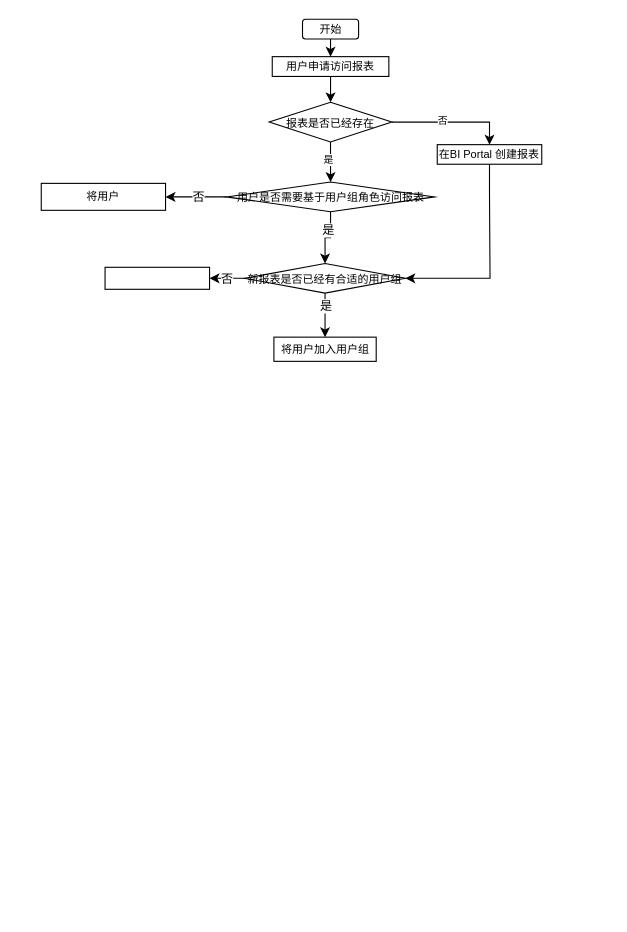
The draw.io diagram 未命名绘图.drawio in winky02/pics, before the edit. Source tidied: cells renumbered, new cells numbered last; positions are measured from the earlier drawing's top-left corner, leaving out a move shared by most shapes. Both pictures are drawn from the tidied source at 110%, with x=0, y=0 at pixel (41, 19).
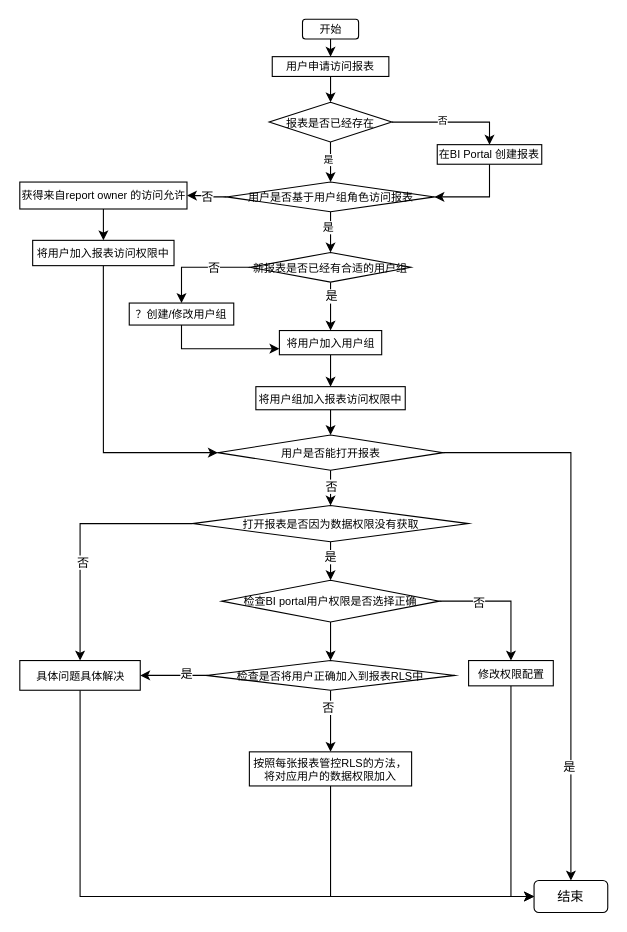
The same diagram, later.

Commit message:
更新未命名绘图.drawio

Unchanged cells that the change refers to:
```xml
<mxCell id="12" value="在BI Portal 创建报表" style="whiteSpace=wrap;html=1;fontSize=10;rounded=0;" parent="1" vertex="1">
  <mxGeometry x="360" y="114" width="95" height="17.8" as="geometry" />
</mxCell>
<mxCell id="20" style="edgeStyle=orthogonalEdgeStyle;rounded=0;jettySize=auto;html=1;exitX=0.5;exitY=1;exitDx=0;exitDy=0;" parent="1" edge="1" source="24" target="17">
  <mxGeometry relative="1" as="geometry" />
</mxCell>
```

The edit, as a diff of the source:
```diff
@@
-    <mxCell id="11" style="edgeStyle=orthogonalEdgeStyle;rounded=0;jettySize=auto;html=1;entryX=1;entryY=0.5;entryDx=0;entryDy=0;" parent="1" edge="1" source="12" target="17">
-      <mxGeometry relative="1" as="geometry">
-        <Array as="points">
-          <mxPoint x="408" y="160" />
-          <mxPoint x="408" y="213" />
-        </Array>
-      </mxGeometry>
-    </mxCell>
+    <mxCell id="26" style="edgeStyle=orthogonalEdgeStyle;rounded=0;jettySize=auto;html=1;exitX=0.5;exitY=1;exitDx=0;exitDy=0;entryX=1;entryY=0.5;entryDx=0;entryDy=0;" parent="1" edge="1" source="12" target="24">
+      <mxGeometry relative="1" as="geometry" />
+    </mxCell>
@@
     <mxCell id="17" value="新报表是否已经有合适的用户组" style="rhombus;whiteSpace=wrap;html=1;fontSize=10;rounded=0;" parent="1" vertex="1">
-      <mxGeometry x="185" y="222" width="146" height="27" as="geometry" />
+      <mxGeometry x="190" y="212" width="146" height="27" as="geometry" />
     </mxCell>
+    <mxCell id="27" style="edgeStyle=orthogonalEdgeStyle;rounded=0;jettySize=auto;html=1;" parent="1" edge="1" source="18" target="33">
+      <mxGeometry relative="1" as="geometry" />
+    </mxCell>
     <mxCell id="18" value="将用户加入用户组" style="whiteSpace=wrap;html=1;fontSize=10;rounded=0;" parent="1" vertex="1">
-      <mxGeometry x="211.5" y="289" width="93" height="22" as="geometry" />
+      <mxGeometry x="216.5" y="283" width="93" height="22" as="geometry" />
     </mxCell>
+    <mxCell id="28" style="edgeStyle=orthogonalEdgeStyle;rounded=0;jettySize=auto;html=1;exitX=0.5;exitY=1;exitDx=0;exitDy=0;entryX=0;entryY=0.75;entryDx=0;entryDy=0;" parent="1" edge="1" source="19" target="18">
+      <mxGeometry relative="1" as="geometry" />
+    </mxCell>
-    <mxCell id="19" style="whiteSpace=wrap;html=1;fontSize=10;rounded=0;" parent="1" vertex="1">
-      <mxGeometry x="58" y="225.5" width="95" height="20" as="geometry" />
+    <mxCell id="19" value="？创建/修改用户组" style="whiteSpace=wrap;html=1;fontSize=10;rounded=0;" parent="1" vertex="1">
+      <mxGeometry x="80" y="258" width="95" height="20" as="geometry" />
     </mxCell>
@@
-    <mxCell id="21" value="是" style="edgeLabel;html=1;align=center;verticalAlign=middle;" parent="20" vertex="1">
+    <mxCell id="21" value="是" style="edgeLabel;html=1;align=center;verticalAlign=middle;fontSize=10;" parent="20" vertex="1">
       <mxGeometry x="-0.38" y="-3" relative="1" as="geometry" />
     </mxCell>
@@
-    <mxCell id="24" value="用户是否需要基于用户组角色访问报表" style="rhombus;whiteSpace=wrap;html=1;fontSize=10;rounded=0;" parent="1" vertex="1">
+    <mxCell id="24" value="用户是否基于用户组角色访问报表" style="rhombus;whiteSpace=wrap;html=1;fontSize=10;rounded=0;" parent="1" vertex="1">
       <mxGeometry x="168.5" y="148" width="189" height="27" as="geometry" />
     </mxCell>
+    <mxCell id="29" style="edgeStyle=orthogonalEdgeStyle;rounded=0;jettySize=auto;html=1;" parent="1" edge="1" source="25" target="31">
+      <mxGeometry relative="1" as="geometry" />
+    </mxCell>
-    <mxCell id="25" value="将用户" style="whiteSpace=wrap;html=1;fontSize=10;rounded=0;" parent="1" vertex="1">
-      <mxGeometry y="149.2" width="113" height="24.5" as="geometry" />
+    <mxCell id="25" value="获得来自report owner 的访问允许" style="whiteSpace=wrap;html=1;fontSize=10;rounded=0;" parent="1" vertex="1">
+      <mxGeometry x="-19.5" y="148" width="152" height="24.5" as="geometry" />
     </mxCell>
+    <mxCell id="30" style="edgeStyle=orthogonalEdgeStyle;rounded=0;jettySize=auto;html=1;exitX=0.5;exitY=1;exitDx=0;exitDy=0;entryX=0;entryY=0.5;entryDx=0;entryDy=0;" parent="1" edge="1" source="31" target="38">
+      <mxGeometry relative="1" as="geometry" />
+    </mxCell>
+    <mxCell id="31" value="将用户加入报表访问权限中" style="whiteSpace=wrap;html=1;fontSize=10;rounded=0;" parent="1" vertex="1">
+      <mxGeometry x="-7.8" y="201" width="128.5" height="23" as="geometry" />
+    </mxCell>
+    <mxCell id="32" style="edgeStyle=orthogonalEdgeStyle;rounded=0;jettySize=auto;html=1;" parent="1" edge="1" source="33" target="38">
+      <mxGeometry relative="1" as="geometry" />
+    </mxCell>
+    <mxCell id="33" value="将用户组加入报表访问权限中" style="whiteSpace=wrap;html=1;fontSize=10;rounded=0;" parent="1" vertex="1">
+      <mxGeometry x="195.1" y="334" width="135.8" height="21" as="geometry" />
+    </mxCell>
+    <mxCell id="34" style="edgeStyle=orthogonalEdgeStyle;rounded=0;jettySize=auto;html=1;" parent="1" edge="1" source="38" target="44">
+      <mxGeometry relative="1" as="geometry" />
+    </mxCell>
+    <mxCell id="35" value="否" style="edgeLabel;html=1;align=center;verticalAlign=middle;" parent="34" vertex="1">
+      <mxGeometry x="-0.4" relative="1" as="geometry" />
+    </mxCell>
+    <mxCell id="36" style="edgeStyle=orthogonalEdgeStyle;rounded=0;jettySize=auto;html=1;exitX=1;exitY=0.5;exitDx=0;exitDy=0;entryX=0.5;entryY=0;entryDx=0;entryDy=0;" parent="1" edge="1" source="38" target="39">
+      <mxGeometry relative="1" as="geometry" />
+    </mxCell>
+    <mxCell id="37" value="是" style="edgeLabel;html=1;align=center;verticalAlign=middle;" parent="36" vertex="1">
+      <mxGeometry x="0.59" y="-2" relative="1" as="geometry" />
+    </mxCell>
+    <mxCell id="38" value="用户是否能打开报表" style="rhombus;whiteSpace=wrap;html=1;fontSize=10;rounded=0;" parent="1" vertex="1">
+      <mxGeometry x="160.5" y="378" width="205" height="32" as="geometry" />
+    </mxCell>
+    <mxCell id="39" value="结束" style="rounded=1;whiteSpace=wrap;html=1;" parent="1" vertex="1">
+      <mxGeometry x="448" y="783" width="67" height="29" as="geometry" />
+    </mxCell>
+    <mxCell id="40" style="edgeStyle=orthogonalEdgeStyle;rounded=0;jettySize=auto;html=1;entryX=0.5;entryY=0;entryDx=0;entryDy=0;" parent="1" edge="1" source="44" target="50">
+      <mxGeometry relative="1" as="geometry" />
+    </mxCell>
+    <mxCell id="41" value="是" style="edgeLabel;html=1;align=center;verticalAlign=middle;" parent="40" vertex="1">
+      <mxGeometry x="-0.42" y="-1" relative="1" as="geometry" />
+    </mxCell>
+    <mxCell id="42" style="edgeStyle=orthogonalEdgeStyle;rounded=0;jettySize=auto;html=1;" parent="1" edge="1" source="44" target="46">
+      <mxGeometry relative="1" as="geometry" />
+    </mxCell>
+    <mxCell id="43" value="否" style="edgeLabel;html=1;align=center;verticalAlign=middle;" parent="42" vertex="1">
+      <mxGeometry x="0.21" y="2" relative="1" as="geometry" />
+    </mxCell>
+    <mxCell id="44" value="打开报表是否因为数据权限没有获取" style="rhombus;whiteSpace=wrap;html=1;fontSize=10;rounded=0;" parent="1" vertex="1">
+      <mxGeometry x="137.5" y="442" width="251" height="33" as="geometry" />
+    </mxCell>
+    <mxCell id="45" style="edgeStyle=orthogonalEdgeStyle;rounded=0;jettySize=auto;html=1;entryX=0;entryY=0.5;entryDx=0;entryDy=0;" parent="1" edge="1" source="46" target="39">
+      <mxGeometry relative="1" as="geometry">
+        <Array as="points">
+          <mxPoint x="36" y="798" />
+        </Array>
+      </mxGeometry>
+    </mxCell>
+    <mxCell id="46" value="具体问题具体解决" style="whiteSpace=wrap;html=1;fontSize=10;rounded=0;" parent="1" vertex="1">
+      <mxGeometry x="-19.5" y="583" width="109.5" height="27" as="geometry" />
+    </mxCell>
+    <mxCell id="47" style="edgeStyle=orthogonalEdgeStyle;rounded=0;jettySize=auto;html=1;entryX=0.5;entryY=0;entryDx=0;entryDy=0;" parent="1" edge="1" source="50" target="52">
+      <mxGeometry relative="1" as="geometry">
+        <Array as="points">
+          <mxPoint x="427" y="529" />
+        </Array>
+      </mxGeometry>
+    </mxCell>
+    <mxCell id="48" value="否" style="edgeLabel;html=1;align=center;verticalAlign=middle;" parent="47" vertex="1">
+      <mxGeometry x="-0.41" y="-1" relative="1" as="geometry" />
+    </mxCell>
+    <mxCell id="49" style="edgeStyle=orthogonalEdgeStyle;rounded=0;jettySize=auto;html=1;" parent="1" edge="1" source="50" target="57">
+      <mxGeometry relative="1" as="geometry" />
+    </mxCell>
+    <mxCell id="50" value="检查BI portal用户权限是否选择正确" style="rhombus;whiteSpace=wrap;html=1;fontSize=10;" parent="1" vertex="1">
+      <mxGeometry x="164" y="510" width="198" height="38" as="geometry" />
+    </mxCell>
+    <mxCell id="51" style="edgeStyle=orthogonalEdgeStyle;rounded=0;jettySize=auto;html=1;entryX=0;entryY=0.5;entryDx=0;entryDy=0;" parent="1" edge="1" source="52" target="39">
+      <mxGeometry relative="1" as="geometry" />
+    </mxCell>
+    <mxCell id="52" value="修改权限配置" style="rounded=0;whiteSpace=wrap;html=1;fontSize=10;" parent="1" vertex="1">
+      <mxGeometry x="388.5" y="583" width="77" height="23" as="geometry" />
+    </mxCell>
+    <mxCell id="53" style="edgeStyle=orthogonalEdgeStyle;rounded=0;jettySize=auto;html=1;entryX=1;entryY=0.5;entryDx=0;entryDy=0;" parent="1" edge="1" source="57" target="46">
+      <mxGeometry relative="1" as="geometry" />
+    </mxCell>
+    <mxCell id="54" value="是" style="edgeLabel;html=1;align=center;verticalAlign=middle;" parent="53" vertex="1">
+      <mxGeometry x="-0.36" y="-2" relative="1" as="geometry" />
+    </mxCell>
+    <mxCell id="55" style="edgeStyle=orthogonalEdgeStyle;rounded=0;jettySize=auto;html=1;" parent="1" edge="1" source="57" target="59">
+      <mxGeometry relative="1" as="geometry" />
+    </mxCell>
+    <mxCell id="56" value="否" style="edgeLabel;html=1;align=center;verticalAlign=middle;" parent="55" vertex="1">
+      <mxGeometry x="-0.46" y="-3" relative="1" as="geometry" />
+    </mxCell>
+    <mxCell id="57" value="检查是否将用户正确加入到报表RLS中" style="rhombus;whiteSpace=wrap;html=1;fontSize=10;" parent="1" vertex="1">
+      <mxGeometry x="150" y="583" width="226" height="27" as="geometry" />
+    </mxCell>
+    <mxCell id="58" style="edgeStyle=orthogonalEdgeStyle;rounded=0;jettySize=auto;html=1;entryX=0;entryY=0.5;entryDx=0;entryDy=0;" parent="1" edge="1" source="59" target="39">
+      <mxGeometry relative="1" as="geometry">
+        <Array as="points">
+          <mxPoint x="263" y="798" />
+        </Array>
+      </mxGeometry>
+    </mxCell>
+    <mxCell id="59" value="按照每张报表管控RLS的方法，将对应用户的数据权限加入" style="whiteSpace=wrap;html=1;fontSize=10;" parent="1" vertex="1">
+      <mxGeometry x="189.2" y="666" width="147.5" height="31" as="geometry" />
+    </mxCell>
```
